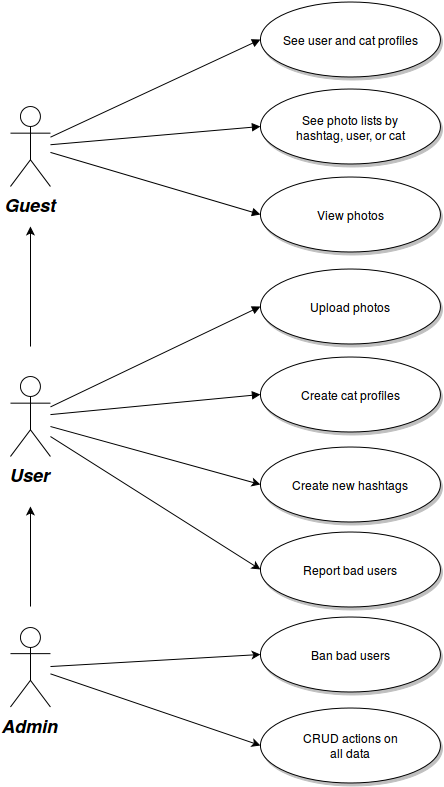
Earlier version of the draw.io export specs_report/use_case_catstagram.png (ValentinMinder/catstagram). Source tidied: cells renumbered, new cells last; positions are measured from the earlier drawing's top-left corner, leaving out a move shared by most shapes. Its diagram source:
```xml
<mxGraphModel background="#ffffff">
  <root>
    <mxCell id="0" style="html=1;" />
    <mxCell id="1" style="html=1;" parent="0" />
    <mxCell id="2" value="Guest" style="shape=umlActor;verticalLabelPosition=bottom;verticalAlign=top;fillColor=#FFFFFF;strokeColor=#000000;fontStyle=3;fontSize=18;fontFamily=Helvetica;strokeWidth=1;html=1;gradientColor=none;" parent="1" vertex="1">
      <mxGeometry y="105" width="40" height="80" as="geometry" />
    </mxCell>
    <mxCell id="3" style="edgeStyle=none;rounded=0;html=1;startArrow=none;startFill=0;jettySize=auto;orthogonalLoop=1;" parent="1" edge="1">
      <mxGeometry relative="1" as="geometry">
        <mxPoint x="20" y="345" as="sourcePoint" />
        <mxPoint x="20" y="225" as="targetPoint" />
      </mxGeometry>
    </mxCell>
    <mxCell id="4" style="edgeStyle=none;rounded=0;html=1;entryX=0;entryY=0.5;entryPerimeter=0;startArrow=none;startFill=0;jettySize=auto;" parent="1" edge="1" target="21">
      <mxGeometry relative="1" as="geometry">
        <mxPoint x="40" y="425" as="sourcePoint" />
      </mxGeometry>
    </mxCell>
    <mxCell id="5" style="edgeStyle=none;rounded=0;html=1;entryX=0;entryY=0.5;entryPerimeter=0;startArrow=none;startFill=0;jettySize=auto;" parent="1" edge="1" target="24">
      <mxGeometry relative="1" as="geometry">
        <mxPoint x="40" y="435" as="sourcePoint" />
      </mxGeometry>
    </mxCell>
    <mxCell id="6" value="User&lt;br&gt;&lt;br&gt;&lt;br&gt;" style="shape=umlActor;verticalLabelPosition=bottom;verticalAlign=top;fillColor=#FFFFFF;strokeColor=#000000;fontStyle=3;fontSize=18;fontFamily=Helvetica;strokeWidth=1;html=1;gradientColor=none;" parent="1" vertex="1">
      <mxGeometry y="375" width="40" height="80" as="geometry" />
    </mxCell>
    <mxCell id="7" style="edgeStyle=none;rounded=0;html=1;startArrow=none;startFill=0;jettySize=auto;orthogonalLoop=1;" parent="1" edge="1">
      <mxGeometry relative="1" as="geometry">
        <mxPoint x="20" y="605" as="sourcePoint" />
        <mxPoint x="20" y="505" as="targetPoint" />
      </mxGeometry>
    </mxCell>
    <mxCell id="8" style="edgeStyle=none;rounded=0;html=1;entryX=0;entryY=0.5;entryPerimeter=0;startArrow=none;startFill=0;jettySize=auto;" parent="1" edge="1" source="10" target="23">
      <mxGeometry relative="1" as="geometry" />
    </mxCell>
    <mxCell id="9" style="edgeStyle=none;rounded=0;html=1;entryX=0;entryY=0.5;entryPerimeter=0;startArrow=none;startFill=0;jettySize=auto;" parent="1" edge="1" target="22">
      <mxGeometry relative="1" as="geometry">
        <mxPoint x="40" y="665" as="sourcePoint" />
      </mxGeometry>
    </mxCell>
    <mxCell id="10" value="Admin&lt;br&gt;" style="shape=umlActor;verticalLabelPosition=bottom;verticalAlign=top;fillColor=#FFFFFF;strokeColor=#000000;fontStyle=3;fontSize=18;fontFamily=Helvetica;strokeWidth=1;html=1;gradientColor=none;" parent="1" vertex="1">
      <mxGeometry y="625.5" width="40" height="80" as="geometry" />
    </mxCell>
    <mxCell id="11" value="See user and cat profiles&lt;br&gt;" style="shape=mxgraph.flowchart.on-page_reference;fillColor=#FFFFFF;strokeColor=#000000;strokeWidth=1;shadow=1;gradientColor=none;html=1;" parent="1" vertex="1">
      <mxGeometry x="250" width="180" height="75" as="geometry" />
    </mxCell>
    <mxCell id="12" value="See photo lists by&lt;br&gt;hashtag, user, or cat&lt;br&gt;" style="shape=mxgraph.flowchart.on-page_reference;fillColor=#FFFFFF;strokeColor=#000000;strokeWidth=1;shadow=1;gradientColor=none;html=1;" parent="1" vertex="1">
      <mxGeometry x="250" y="87.5" width="180" height="75" as="geometry" />
    </mxCell>
    <mxCell id="13" value="View photos&lt;br&gt;" style="shape=mxgraph.flowchart.on-page_reference;fillColor=#FFFFFF;strokeColor=#000000;strokeWidth=1;shadow=1;gradientColor=none;html=1;" parent="1" vertex="1">
      <mxGeometry x="250" y="175" width="180" height="75" as="geometry" />
    </mxCell>
    <mxCell id="14" value="Upload photos&lt;br&gt;" style="shape=mxgraph.flowchart.on-page_reference;fillColor=#FFFFFF;strokeColor=#000000;strokeWidth=1;shadow=1;gradientColor=none;html=1;" parent="1" vertex="1">
      <mxGeometry x="250" y="267.5" width="180" height="75" as="geometry" />
    </mxCell>
    <mxCell id="15" value="Create cat profiles&lt;br&gt;" style="shape=mxgraph.flowchart.on-page_reference;fillColor=#FFFFFF;strokeColor=#000000;strokeWidth=1;shadow=1;gradientColor=none;html=1;" parent="1" vertex="1">
      <mxGeometry x="250" y="355" width="180" height="75" as="geometry" />
    </mxCell>
    <mxCell id="16" style="edgeStyle=none;entryX=0;entryY=0.5;entryPerimeter=0;strokeWidth=1;endArrow=block;endFill=1;strokeColor=#000000;html=1;" parent="1" edge="1" source="2" target="11">
      <mxGeometry as="geometry" />
    </mxCell>
    <mxCell id="17" style="edgeStyle=none;entryX=0;entryY=0.5;entryPerimeter=0;strokeWidth=1;endArrow=block;endFill=1;strokeColor=#000000;html=1;" parent="1" edge="1" source="2" target="12">
      <mxGeometry as="geometry" />
    </mxCell>
    <mxCell id="18" style="edgeStyle=none;entryX=0;entryY=0.5;entryPerimeter=0;strokeWidth=1;endArrow=block;endFill=1;strokeColor=#000000;html=1;" parent="1" edge="1" source="2" target="13">
      <mxGeometry as="geometry" />
    </mxCell>
    <mxCell id="19" style="edgeStyle=none;entryX=0;entryY=0.5;entryPerimeter=0;strokeWidth=1;endArrow=block;endFill=1;strokeColor=#000000;html=1;" parent="1" edge="1" source="6" target="14">
      <mxGeometry as="geometry" />
    </mxCell>
    <mxCell id="20" style="edgeStyle=none;entryX=0;entryY=0.5;entryPerimeter=0;strokeWidth=1;endArrow=block;endFill=1;strokeColor=#000000;html=1;" parent="1" edge="1" source="6" target="15">
      <mxGeometry as="geometry" />
    </mxCell>
    <mxCell id="21" value="Create new hashtags&lt;br&gt;" style="shape=mxgraph.flowchart.on-page_reference;fillColor=#FFFFFF;strokeColor=#000000;strokeWidth=1;shadow=1;gradientColor=none;html=1;" parent="1" vertex="1">
      <mxGeometry x="250" y="445" width="180" height="75" as="geometry" />
    </mxCell>
    <mxCell id="22" value="Ban bad users&lt;br&gt;" style="shape=mxgraph.flowchart.on-page_reference;fillColor=#FFFFFF;strokeColor=#000000;strokeWidth=1;shadow=1;gradientColor=none;html=1;" parent="1" vertex="1">
      <mxGeometry x="250" y="615" width="180" height="75" as="geometry" />
    </mxCell>
    <mxCell id="23" value="CRUD actions on&lt;br&gt;all data&lt;br&gt;" style="shape=mxgraph.flowchart.on-page_reference;fillColor=#FFFFFF;strokeColor=#000000;strokeWidth=1;shadow=1;gradientColor=none;html=1;" parent="1" vertex="1">
      <mxGeometry x="250" y="706" width="180" height="75" as="geometry" />
    </mxCell>
    <mxCell id="24" value="Report bad users&lt;br&gt;" style="shape=mxgraph.flowchart.on-page_reference;fillColor=#FFFFFF;strokeColor=#000000;strokeWidth=1;shadow=1;gradientColor=none;html=1;" parent="1" vertex="1">
      <mxGeometry x="250" y="530" width="180" height="75" as="geometry" />
    </mxCell>
  </root>
</mxGraphModel>
```
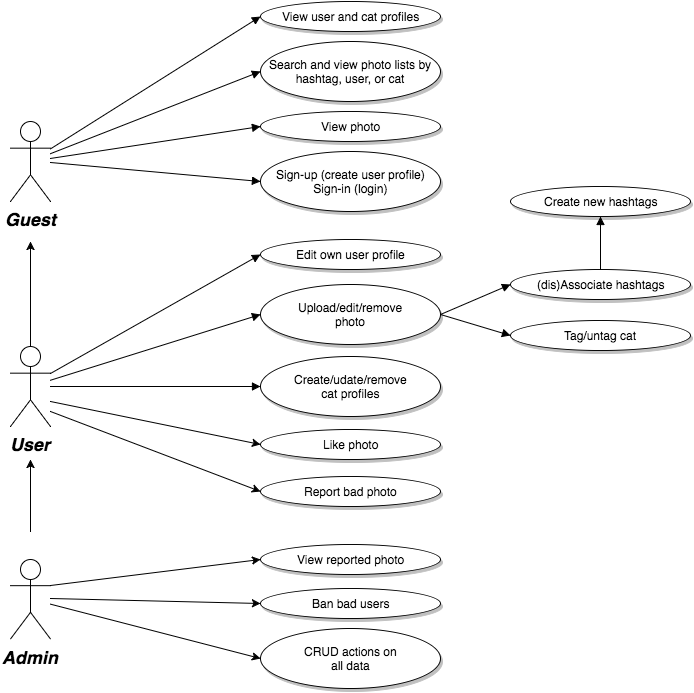
After the commit.

Commit message:
updated provisional report

The edit, as a diff of the source:
```diff
@@ -11,23 +11,18 @@
         <mxPoint x="20" y="225" as="targetPoint" />
       </mxGeometry>
     </mxCell>
-    <mxCell id="4" style="edgeStyle=none;rounded=0;html=1;entryX=0;entryY=0.5;entryPerimeter=0;startArrow=none;startFill=0;jettySize=auto;" parent="1" edge="1" target="21">
-      <mxGeometry relative="1" as="geometry">
-        <mxPoint x="40" y="425" as="sourcePoint" />
-      </mxGeometry>
-    </mxCell>
     <mxCell id="5" style="edgeStyle=none;rounded=0;html=1;entryX=0;entryY=0.5;entryPerimeter=0;startArrow=none;startFill=0;jettySize=auto;" parent="1" edge="1" target="24">
       <mxGeometry relative="1" as="geometry">
-        <mxPoint x="40" y="435" as="sourcePoint" />
+        <mxPoint x="40" y="385" as="sourcePoint" />
       </mxGeometry>
     </mxCell>
     <mxCell id="6" value="User&lt;br&gt;&lt;br&gt;&lt;br&gt;" style="shape=umlActor;verticalLabelPosition=bottom;verticalAlign=top;fillColor=#FFFFFF;strokeColor=#000000;fontStyle=3;fontSize=18;fontFamily=Helvetica;strokeWidth=1;html=1;gradientColor=none;" parent="1" vertex="1">
-      <mxGeometry y="375" width="40" height="80" as="geometry" />
+      <mxGeometry y="330" width="40" height="80" as="geometry" />
     </mxCell>
     <mxCell id="7" style="edgeStyle=none;rounded=0;html=1;startArrow=none;startFill=0;jettySize=auto;orthogonalLoop=1;" parent="1" edge="1">
       <mxGeometry relative="1" as="geometry">
-        <mxPoint x="20" y="605" as="sourcePoint" />
-        <mxPoint x="20" y="505" as="targetPoint" />
+        <mxPoint x="20" y="515" as="sourcePoint" />
+        <mxPoint x="20" y="443" as="targetPoint" />
       </mxGeometry>
     </mxCell>
     <mxCell id="8" style="edgeStyle=none;rounded=0;html=1;entryX=0;entryY=0.5;entryPerimeter=0;startArrow=none;startFill=0;jettySize=auto;" parent="1" edge="1" source="10" target="23">
@@ -35,26 +30,26 @@
     </mxCell>
     <mxCell id="9" style="edgeStyle=none;rounded=0;html=1;entryX=0;entryY=0.5;entryPerimeter=0;startArrow=none;startFill=0;jettySize=auto;" parent="1" edge="1" target="22">
       <mxGeometry relative="1" as="geometry">
-        <mxPoint x="40" y="665" as="sourcePoint" />
+        <mxPoint x="40" y="582" as="sourcePoint" />
       </mxGeometry>
     </mxCell>
     <mxCell id="10" value="Admin&lt;br&gt;" style="shape=umlActor;verticalLabelPosition=bottom;verticalAlign=top;fillColor=#FFFFFF;strokeColor=#000000;fontStyle=3;fontSize=18;fontFamily=Helvetica;strokeWidth=1;html=1;gradientColor=none;" parent="1" vertex="1">
-      <mxGeometry y="625.5" width="40" height="80" as="geometry" />
+      <mxGeometry y="542.5" width="40" height="80" as="geometry" />
     </mxCell>
-    <mxCell id="11" value="See user and cat profiles&lt;br&gt;" style="shape=mxgraph.flowchart.on-page_reference;fillColor=#FFFFFF;strokeColor=#000000;strokeWidth=1;shadow=1;gradientColor=none;html=1;" parent="1" vertex="1">
-      <mxGeometry x="250" width="180" height="75" as="geometry" />
+    <mxCell id="11" value="View user and cat profiles&lt;br&gt;" style="shape=mxgraph.flowchart.on-page_reference;fillColor=#FFFFFF;strokeColor=#000000;strokeWidth=1;shadow=1;gradientColor=none;html=1;" parent="1" vertex="1">
+      <mxGeometry x="250" y="-15" width="180" height="30" as="geometry" />
     </mxCell>
-    <mxCell id="12" value="See photo lists by&lt;br&gt;hashtag, user, or cat&lt;br&gt;" style="shape=mxgraph.flowchart.on-page_reference;fillColor=#FFFFFF;strokeColor=#000000;strokeWidth=1;shadow=1;gradientColor=none;html=1;" parent="1" vertex="1">
-      <mxGeometry x="250" y="87.5" width="180" height="75" as="geometry" />
+    <mxCell id="12" value="Search and view photo lists by&lt;br&gt;hashtag, user, or cat&lt;br&gt;" style="shape=mxgraph.flowchart.on-page_reference;fillColor=#FFFFFF;strokeColor=#000000;strokeWidth=1;shadow=1;gradientColor=none;html=1;" parent="1" vertex="1">
+      <mxGeometry x="250" y="25" width="180" height="60" as="geometry" />
     </mxCell>
-    <mxCell id="13" value="View photos&lt;br&gt;" style="shape=mxgraph.flowchart.on-page_reference;fillColor=#FFFFFF;strokeColor=#000000;strokeWidth=1;shadow=1;gradientColor=none;html=1;" parent="1" vertex="1">
-      <mxGeometry x="250" y="175" width="180" height="75" as="geometry" />
+    <mxCell id="13" value="View photo&lt;br&gt;" style="shape=mxgraph.flowchart.on-page_reference;fillColor=#FFFFFF;strokeColor=#000000;strokeWidth=1;shadow=1;gradientColor=none;html=1;" parent="1" vertex="1">
+      <mxGeometry x="250" y="95" width="180" height="30" as="geometry" />
     </mxCell>
-    <mxCell id="14" value="Upload photos&lt;br&gt;" style="shape=mxgraph.flowchart.on-page_reference;fillColor=#FFFFFF;strokeColor=#000000;strokeWidth=1;shadow=1;gradientColor=none;html=1;" parent="1" vertex="1">
-      <mxGeometry x="250" y="267.5" width="180" height="75" as="geometry" />
+    <mxCell id="14" value="Upload/edit/remove&lt;br&gt;photo&lt;br&gt;" style="shape=mxgraph.flowchart.on-page_reference;fillColor=#FFFFFF;strokeColor=#000000;strokeWidth=1;shadow=1;gradientColor=none;html=1;" parent="1" vertex="1">
+      <mxGeometry x="250" y="267.5" width="180" height="60" as="geometry" />
     </mxCell>
-    <mxCell id="15" value="Create cat profiles&lt;br&gt;" style="shape=mxgraph.flowchart.on-page_reference;fillColor=#FFFFFF;strokeColor=#000000;strokeWidth=1;shadow=1;gradientColor=none;html=1;" parent="1" vertex="1">
-      <mxGeometry x="250" y="355" width="180" height="75" as="geometry" />
+    <mxCell id="15" value="Create/udate/remove&lt;br&gt;cat profiles&lt;br&gt;" style="shape=mxgraph.flowchart.on-page_reference;fillColor=#FFFFFF;strokeColor=#000000;strokeWidth=1;shadow=1;gradientColor=none;html=1;" parent="1" vertex="1">
+      <mxGeometry x="250" y="340" width="180" height="60" as="geometry" />
     </mxCell>
     <mxCell id="16" style="edgeStyle=none;entryX=0;entryY=0.5;entryPerimeter=0;strokeWidth=1;endArrow=block;endFill=1;strokeColor=#000000;html=1;" parent="1" edge="1" source="2" target="11">
       <mxGeometry as="geometry" />
@@ -72,16 +67,59 @@
       <mxGeometry as="geometry" />
     </mxCell>
     <mxCell id="21" value="Create new hashtags&lt;br&gt;" style="shape=mxgraph.flowchart.on-page_reference;fillColor=#FFFFFF;strokeColor=#000000;strokeWidth=1;shadow=1;gradientColor=none;html=1;" parent="1" vertex="1">
-      <mxGeometry x="250" y="445" width="180" height="75" as="geometry" />
+      <mxGeometry x="500" y="170" width="180" height="30" as="geometry" />
     </mxCell>
     <mxCell id="22" value="Ban bad users&lt;br&gt;" style="shape=mxgraph.flowchart.on-page_reference;fillColor=#FFFFFF;strokeColor=#000000;strokeWidth=1;shadow=1;gradientColor=none;html=1;" parent="1" vertex="1">
-      <mxGeometry x="250" y="615" width="180" height="75" as="geometry" />
+      <mxGeometry x="250" y="572" width="180" height="30" as="geometry" />
     </mxCell>
     <mxCell id="23" value="CRUD actions on&lt;br&gt;all data&lt;br&gt;" style="shape=mxgraph.flowchart.on-page_reference;fillColor=#FFFFFF;strokeColor=#000000;strokeWidth=1;shadow=1;gradientColor=none;html=1;" parent="1" vertex="1">
-      <mxGeometry x="250" y="706" width="180" height="75" as="geometry" />
+      <mxGeometry x="250" y="612" width="180" height="60" as="geometry" />
     </mxCell>
-    <mxCell id="24" value="Report bad users&lt;br&gt;" style="shape=mxgraph.flowchart.on-page_reference;fillColor=#FFFFFF;strokeColor=#000000;strokeWidth=1;shadow=1;gradientColor=none;html=1;" parent="1" vertex="1">
-      <mxGeometry x="250" y="530" width="180" height="75" as="geometry" />
+    <mxCell id="24" value="Like photo&lt;br&gt;" style="shape=mxgraph.flowchart.on-page_reference;fillColor=#FFFFFF;strokeColor=#000000;strokeWidth=1;shadow=1;gradientColor=none;html=1;" parent="1" vertex="1">
+      <mxGeometry x="250" y="413" width="180" height="30" as="geometry" />
     </mxCell>
+    <mxCell id="25" value="Tag/untag cat&lt;br&gt;" style="shape=mxgraph.flowchart.on-page_reference;fillColor=#FFFFFF;strokeColor=#000000;strokeWidth=1;shadow=1;gradientColor=none;html=1;" parent="1" vertex="1">
+      <mxGeometry x="500" y="303.5" width="180" height="30" as="geometry" />
+    </mxCell>
+    <mxCell id="26" value="(dis)Associate hashtags&lt;br&gt;" style="shape=mxgraph.flowchart.on-page_reference;fillColor=#FFFFFF;strokeColor=#000000;strokeWidth=1;shadow=1;gradientColor=none;html=1;" parent="1" vertex="1">
+      <mxGeometry x="500" y="252.5" width="180" height="30" as="geometry" />
+    </mxCell>
+    <mxCell id="27" style="edgeStyle=none;entryX=0;entryY=0.5;entryPerimeter=0;strokeWidth=1;endArrow=block;endFill=1;strokeColor=#000000;html=1;exitX=1;exitY=0.5;exitPerimeter=0;" parent="1" edge="1" source="14" target="25">
+      <mxGeometry x="10" y="10" as="geometry" />
+    </mxCell>
+    <mxCell id="28" style="edgeStyle=none;entryX=0;entryY=0.5;entryPerimeter=0;strokeWidth=1;endArrow=block;endFill=1;strokeColor=#000000;html=1;exitX=1;exitY=0.5;exitPerimeter=0;" parent="1" edge="1" source="14" target="26">
+      <mxGeometry x="20" y="20" as="geometry" />
+    </mxCell>
+    <mxCell id="29" value="Report bad photo&lt;br&gt;" style="shape=mxgraph.flowchart.on-page_reference;fillColor=#FFFFFF;strokeColor=#000000;strokeWidth=1;shadow=1;gradientColor=none;html=1;" parent="1" vertex="1">
+      <mxGeometry x="250" y="460" width="180" height="30" as="geometry" />
+    </mxCell>
+    <mxCell id="30" style="edgeStyle=none;rounded=0;html=1;entryX=0;entryY=0.5;entryPerimeter=0;startArrow=none;startFill=0;jettySize=auto;" parent="1" edge="1" target="29">
+      <mxGeometry x="190" y="500" as="geometry">
+        <mxPoint x="40" y="395" as="sourcePoint" />
+      </mxGeometry>
+    </mxCell>
+    <mxCell id="31" style="edgeStyle=none;entryX=0.5;entryY=1;entryPerimeter=0;strokeWidth=1;endArrow=block;endFill=1;strokeColor=#000000;html=1;exitX=0.5;exitY=0;exitPerimeter=0;" parent="1" edge="1" source="26" target="21">
+      <mxGeometry x="30" y="30" as="geometry" />
+    </mxCell>
+    <mxCell id="32" value="View reported photo&lt;br&gt;" style="shape=mxgraph.flowchart.on-page_reference;fillColor=#FFFFFF;strokeColor=#000000;strokeWidth=1;shadow=1;gradientColor=none;html=1;" parent="1" vertex="1">
+      <mxGeometry x="250" y="528" width="180" height="30" as="geometry" />
+    </mxCell>
+    <mxCell id="33" style="edgeStyle=none;rounded=0;html=1;entryX=0;entryY=0.5;entryPerimeter=0;startArrow=none;startFill=0;jettySize=auto;exitX=1;exitY=0.3333333333333333;exitPerimeter=0;" parent="1" edge="1" source="10" target="32">
+      <mxGeometry x="190" y="587" as="geometry" />
+    </mxCell>
+    <mxCell id="34" value="Sign-up (create user profile)&lt;div&gt;Sign-in (login)&lt;/div&gt;" style="shape=mxgraph.flowchart.on-page_reference;fillColor=#FFFFFF;strokeColor=#000000;strokeWidth=1;shadow=1;gradientColor=none;html=1;" parent="1" vertex="1">
+      <mxGeometry x="250" y="135" width="180" height="60" as="geometry" />
+    </mxCell>
+    <mxCell id="35" value="&lt;div&gt;Edit own user profile&lt;/div&gt;" style="shape=mxgraph.flowchart.on-page_reference;fillColor=#FFFFFF;strokeColor=#000000;strokeWidth=1;shadow=1;gradientColor=none;html=1;" parent="1" vertex="1">
+      <mxGeometry x="250" y="223" width="180" height="30" as="geometry" />
+    </mxCell>
+    <mxCell id="36" style="edgeStyle=none;entryX=0;entryY=0.5;entryPerimeter=0;strokeWidth=1;endArrow=block;endFill=1;strokeColor=#000000;html=1;" parent="1" edge="1" target="34">
+      <mxGeometry x="10" y="10" as="geometry">
+        <mxPoint x="40" y="146" as="sourcePoint" />
+      </mxGeometry>
+    </mxCell>
+    <mxCell id="37" style="edgeStyle=none;entryX=0;entryY=0.5;entryPerimeter=0;strokeWidth=1;endArrow=block;endFill=1;strokeColor=#000000;html=1;exitX=1;exitY=0.3333333333333333;exitPerimeter=0;" parent="1" edge="1" source="6" target="35">
+      <mxGeometry x="20" y="20" as="geometry" />
+    </mxCell>
   </root>
 </mxGraphModel>
```
